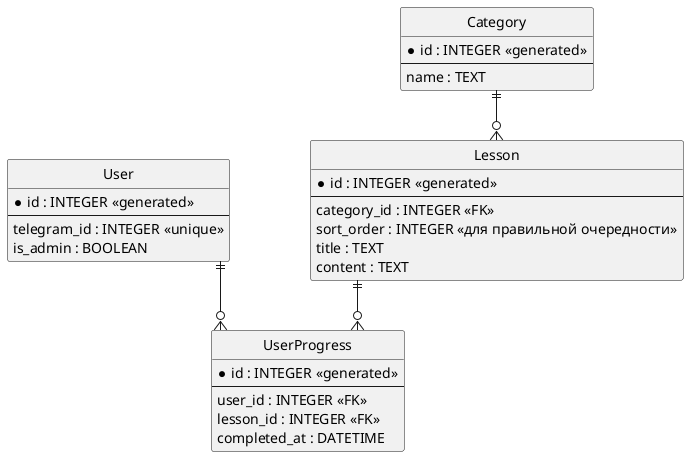
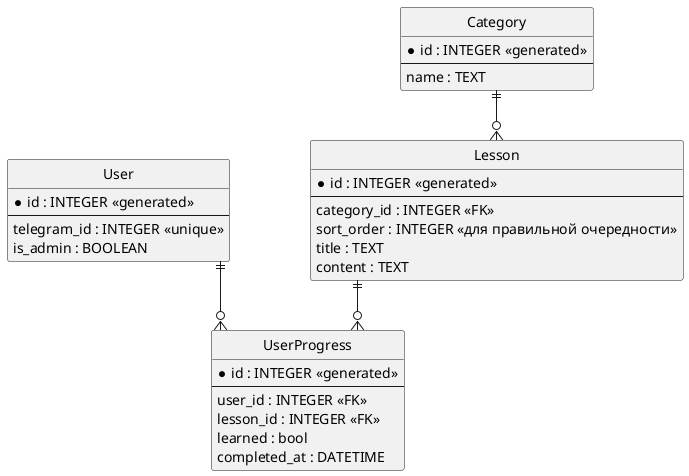
@startuml
hide circle
skinparam linetype ortho
skinparam nodesep 80
skinparam ranksep 50

entity User {
  * id : INTEGER <<generated>>
  --
  telegram_id : INTEGER <<unique>>
  is_admin : BOOLEAN
}

entity Category {
  * id : INTEGER <<generated>>
  --
  name : TEXT
}

entity Lesson {
  * id : INTEGER <<generated>>
  --
  category_id : INTEGER <<FK>>
  sort_order : INTEGER <<для правильной очередности>>
  title : TEXT
  content : TEXT
}

entity UserProgress {
  * id : INTEGER <<generated>>
  --
  user_id : INTEGER <<FK>>
  lesson_id : INTEGER <<FK>>
+   learned : bool
  completed_at : DATETIME
}

' Связи
Category ||--o{ Lesson
User ||--o{ UserProgress
Lesson ||--o{ UserProgress
@enduml